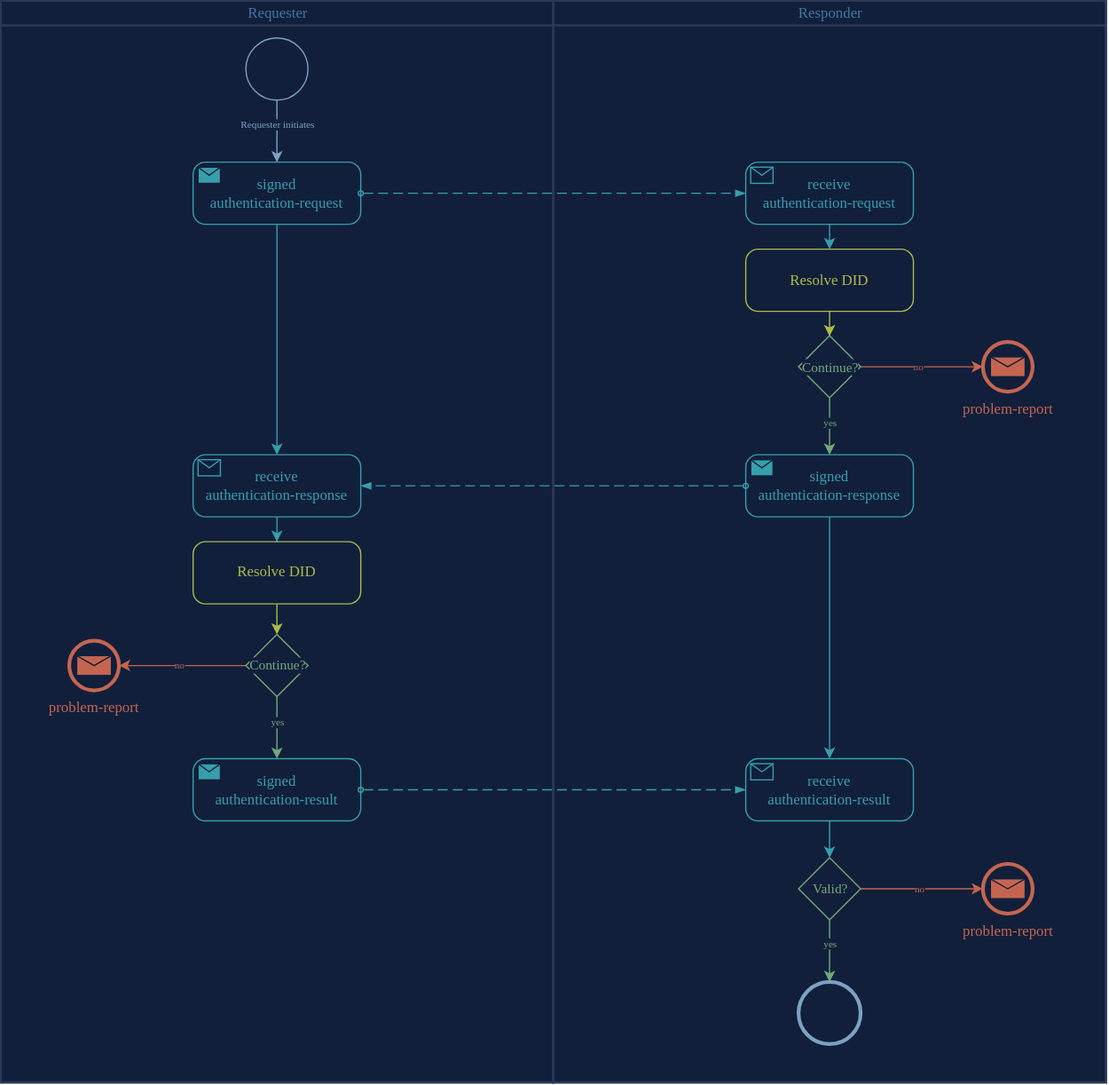
Earlier version of the draw.io export documentation/static/img/didcomm/authentication.drawio.svg (JSto91/identity.rs). Source tidied: cells renumbered, new cells last; positions are measured from the earlier drawing's top-left corner, leaving out a move shared by most shapes.
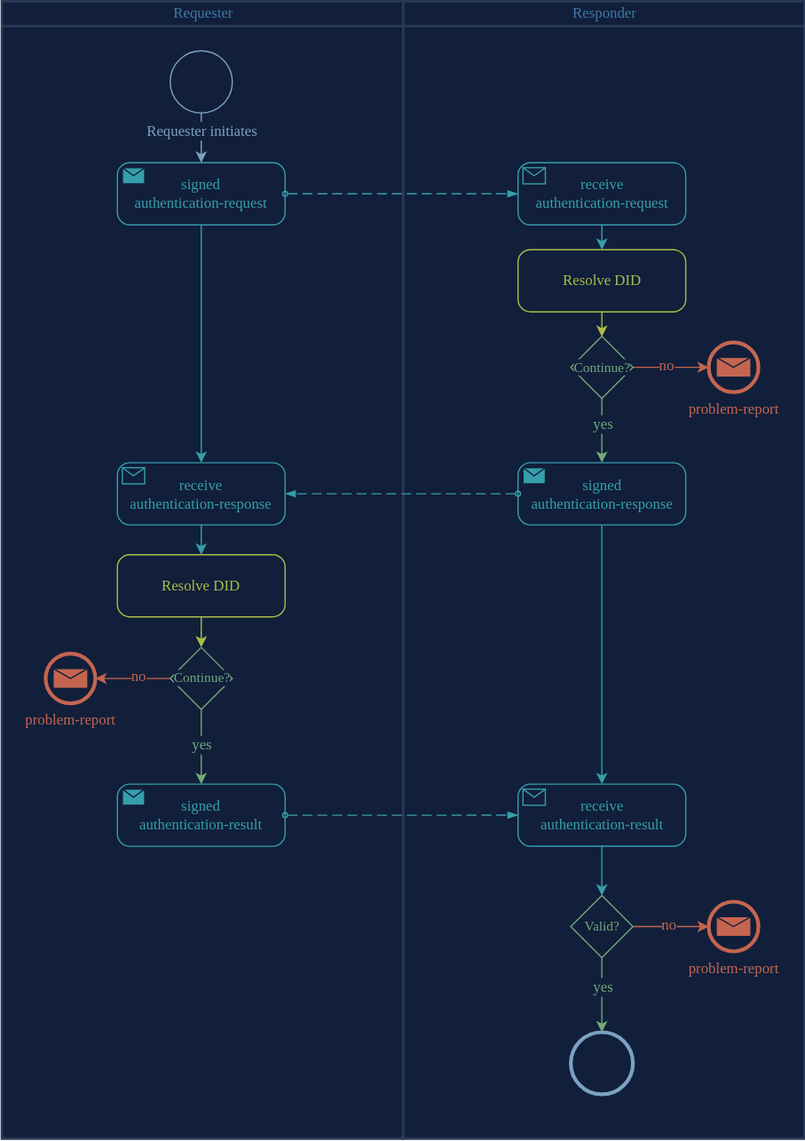
Above is the later version.

What changed in the source:
```diff
@@ -3,157 +3,157 @@
     <mxCell id="0" />
     <mxCell id="1" parent="0" />
     <mxCell id="2" value="Responder" style="swimlane;html=1;startSize=20;fontStyle=0;horizontal=1;swimlaneLine=1;strokeWidth=2;swimlaneFillColor=#111F3B;fillColor=#111F3B;strokeColor=#293856;fontColor=#4079A1;fontFamily=Tahoma;" parent="1" vertex="1">
-      <mxGeometry x="445" width="445" height="870.4" as="geometry" />
+      <mxGeometry x="400" y="20.4" width="323" height="915.2" as="geometry" />
     </mxCell>
     <mxCell id="3" style="edgeStyle=orthogonalEdgeStyle;rounded=0;jettySize=auto;html=1;strokeColor=#369FAB;" parent="2" edge="1" source="4">
       <mxGeometry relative="1" as="geometry">
-        <mxPoint x="222.5" y="200" as="targetPoint" />
+        <mxPoint x="160" y="200" as="targetPoint" />
         <Array as="points">
-          <mxPoint x="222.5" y="180" />
-          <mxPoint x="222.5" y="180" />
+          <mxPoint x="160" y="180" />
+          <mxPoint x="160" y="180" />
         </Array>
       </mxGeometry>
     </mxCell>
     <mxCell id="4" value="receive &#10;authentication-request" style="points=[[0.25,0,0],[0.5,0,0],[0.75,0,0],[1,0.25,0],[1,0.5,0],[1,0.75,0],[0.75,1,0],[0.5,1,0],[0.25,1,0],[0,0.75,0],[0,0.5,0],[0,0.25,0]];shape=mxgraph.bpmn.task;whiteSpace=wrap;rectStyle=rounded;size=10;taskMarker=receive;strokeColor=#369FAB;fillColor=#111F3B;fontColor=#369FAB;fontFamily=Tahoma;" parent="2" vertex="1">
-      <mxGeometry x="155" y="130" width="135" height="50" as="geometry" />
+      <mxGeometry x="92.5" y="130" width="135" height="50" as="geometry" />
     </mxCell>
     <mxCell id="5" style="edgeStyle=orthogonalEdgeStyle;rounded=0;jettySize=auto;html=1;strokeColor=#369FAB;entryX=0.5;entryY=0;entryDx=0;entryDy=0;entryPerimeter=0;" parent="2" edge="1" source="6" target="10">
       <mxGeometry relative="1" as="geometry" />
     </mxCell>
     <mxCell id="6" value="signed&#10;authentication-response" style="points=[[0.25,0,0],[0.5,0,0],[0.75,0,0],[1,0.25,0],[1,0.5,0],[1,0.75,0],[0.75,1,0],[0.5,1,0],[0.25,1,0],[0,0.75,0],[0,0.5,0],[0,0.25,0]];shape=mxgraph.bpmn.task;whiteSpace=wrap;rectStyle=rounded;size=10;taskMarker=send;strokeColor=#369FAB;fillColor=#111F3B;fontColor=#369FAB;fontFamily=Tahoma;" parent="2" vertex="1">
-      <mxGeometry x="155" y="365.4" width="135" height="50" as="geometry" />
+      <mxGeometry x="92.5" y="371.4" width="135" height="50" as="geometry" />
     </mxCell>
     <mxCell id="7" style="edgeStyle=orthogonalEdgeStyle;rounded=0;jettySize=auto;html=1;entryX=0;entryY=0.5;entryDx=0;entryDy=0;entryPerimeter=0;exitX=1;exitY=0.5;exitDx=0;exitDy=0;exitPerimeter=0;fontColor=#C56550;strokeColor=#C56550;" parent="2" edge="1" source="14" target="11">
       <mxGeometry relative="1" as="geometry">
         <Array as="points">
-          <mxPoint x="248" y="295" />
-          <mxPoint x="248" y="295" />
+          <mxPoint x="178" y="294.6" />
+          <mxPoint x="178" y="294.6" />
         </Array>
       </mxGeometry>
     </mxCell>
-    <mxCell id="8" value="no" style="edgeLabel;html=1;align=center;verticalAlign=middle;fontSize=8;labelBackgroundColor=#111F3B;fontColor=#C56550;fontFamily=Tahoma;" parent="7" vertex="1">
+    <mxCell id="8" value="no" style="edgeLabel;html=1;align=center;verticalAlign=middle;fontSize=12;labelBackgroundColor=#111F3B;fontColor=#C56550;fontFamily=Tahoma;" parent="7" vertex="1">
       <mxGeometry x="-0.75" relative="1" as="geometry">
-        <mxPoint x="34" as="offset" />
+        <mxPoint x="30" y="-2" as="offset" />
       </mxGeometry>
     </mxCell>
     <mxCell id="9" style="edgeStyle=orthogonalEdgeStyle;rounded=0;jettySize=auto;html=1;entryX=0.5;entryY=0;entryDx=0;entryDy=0;entryPerimeter=0;fontSize=8;strokeColor=#369FAB;" parent="2" edge="1" source="10" target="22">
       <mxGeometry relative="1" as="geometry" />
     </mxCell>
     <mxCell id="10" value="receive &#10;authentication-result" style="points=[[0.25,0,0],[0.5,0,0],[0.75,0,0],[1,0.25,0],[1,0.5,0],[1,0.75,0],[0.75,1,0],[0.5,1,0],[0.25,1,0],[0,0.75,0],[0,0.5,0],[0,0.25,0]];shape=mxgraph.bpmn.task;whiteSpace=wrap;rectStyle=rounded;size=10;taskMarker=receive;strokeColor=#369FAB;fillColor=#111F3B;fontColor=#369FAB;fontFamily=Tahoma;" parent="2" vertex="1">
-      <mxGeometry x="155" y="610" width="135" height="50" as="geometry" />
+      <mxGeometry x="92.5" y="630" width="135" height="50" as="geometry" />
     </mxCell>
     <mxCell id="11" value="problem-report" style="points=[[0.145,0.145,0],[0.5,0,0],[0.855,0.145,0],[1,0.5,0],[0.855,0.855,0],[0.5,1,0],[0.145,0.855,0],[0,0.5,0]];shape=mxgraph.bpmn.event;html=1;verticalLabelPosition=bottom;labelBackgroundColor=#111F3B;verticalAlign=top;align=center;perimeter=ellipsePerimeter;outlineConnect=0;outline=end;symbol=message;fillColor=#111F3B;strokeColor=#C56550;fontColor=#C56550;fontFamily=Tahoma;" parent="2" vertex="1">
-      <mxGeometry x="346" y="274.6" width="40" height="40" as="geometry" />
+      <mxGeometry x="246" y="274.6" width="40" height="40" as="geometry" />
     </mxCell>
     <mxCell id="12" style="edgeStyle=orthogonalEdgeStyle;rounded=0;jettySize=auto;html=1;strokeColor=#73A97B;entryX=0.5;entryY=0;entryDx=0;entryDy=0;entryPerimeter=0;" parent="2" edge="1" source="14" target="6">
       <mxGeometry relative="1" as="geometry" />
     </mxCell>
-    <mxCell id="13" value="yes" style="edgeLabel;html=1;align=center;verticalAlign=middle;fontSize=8;fontColor=#73A97B;labelBackgroundColor=#111F3B;fontFamily=Tahoma;" parent="12" vertex="1">
+    <mxCell id="13" value="yes" style="edgeLabel;html=1;align=center;verticalAlign=middle;fontSize=12;fontColor=#73A97B;labelBackgroundColor=#111F3B;fontFamily=Tahoma;" parent="12" vertex="1">
       <mxGeometry x="0.49" y="1" relative="1" as="geometry">
-        <mxPoint x="-1" y="-14" as="offset" />
+        <mxPoint x="-1" y="-19" as="offset" />
       </mxGeometry>
     </mxCell>
     <mxCell id="14" value="Continue?" style="points=[[0.25,0.25,0],[0.5,0,0],[0.75,0.25,0],[1,0.5,0],[0.75,0.75,0],[0.5,1,0],[0.25,0.75,0],[0,0.5,0]];shape=mxgraph.bpmn.gateway2;html=1;verticalLabelPosition=middle;labelBackgroundColor=#111F3B;verticalAlign=middle;align=center;perimeter=rhombusPerimeter;outlineConnect=0;outline=none;symbol=none;fillColor=#111F3B;horizontal=1;labelPosition=center;fontSize=11;strokeColor=#73A97B;fontColor=#73A97B;fontFamily=Tahoma;" parent="2" vertex="1">
-      <mxGeometry x="197.5" y="269.6" width="50" height="50" as="geometry" />
+      <mxGeometry x="135" y="269.6" width="50" height="50" as="geometry" />
     </mxCell>
     <mxCell id="15" style="edgeStyle=orthogonalEdgeStyle;rounded=0;jettySize=auto;html=1;strokeColor=#ACBC49;" parent="2" edge="1" source="16">
       <mxGeometry relative="1" as="geometry">
-        <mxPoint x="222.5" y="270" as="targetPoint" />
+        <mxPoint x="160" y="270" as="targetPoint" />
         <Array as="points">
-          <mxPoint x="222.5" y="265" />
-          <mxPoint x="222.5" y="265" />
+          <mxPoint x="160" y="265" />
+          <mxPoint x="160" y="265" />
         </Array>
       </mxGeometry>
     </mxCell>
     <mxCell id="16" value="Resolve DID" style="points=[[0.25,0,0],[0.5,0,0],[0.75,0,0],[1,0.25,0],[1,0.5,0],[1,0.75,0],[0.75,1,0],[0.5,1,0],[0.25,1,0],[0,0.75,0],[0,0.5,0],[0,0.25,0]];shape=mxgraph.bpmn.task;whiteSpace=wrap;rectStyle=rounded;size=10;taskMarker=abstract;fillColor=#111F3B;fontColor=#ACBC49;strokeColor=#ACBC49;fontFamily=Tahoma;" parent="2" vertex="1">
-      <mxGeometry x="155" y="200" width="135" height="50" as="geometry" />
+      <mxGeometry x="92.5" y="200" width="135" height="50" as="geometry" />
     </mxCell>
     <mxCell id="17" style="points=[[0.145,0.145,0],[0.5,0,0],[0.855,0.145,0],[1,0.5,0],[0.855,0.855,0],[0.5,1,0],[0.145,0.855,0],[0,0.5,0]];shape=mxgraph.bpmn.event;html=1;verticalLabelPosition=bottom;labelBackgroundColor=#ffffff;verticalAlign=top;align=center;perimeter=ellipsePerimeter;outlineConnect=0;outline=end;symbol=terminate2;strokeColor=#7CA2C1;fillColor=#111F3B;" parent="2" vertex="1">
-      <mxGeometry x="197.5" y="789.6" width="50" height="50" as="geometry" />
+      <mxGeometry x="135" y="829.6" width="50" height="50" as="geometry" />
     </mxCell>
     <mxCell id="18" style="edgeStyle=orthogonalEdgeStyle;rounded=0;jettySize=auto;html=1;fontSize=8;strokeColor=#73A97B;entryX=0.5;entryY=0;entryDx=0;entryDy=0;entryPerimeter=0;" parent="2" edge="1" source="22" target="17">
       <mxGeometry relative="1" as="geometry" />
     </mxCell>
-    <mxCell id="19" value="yes" style="edgeLabel;html=1;align=center;verticalAlign=middle;fontSize=8;fontColor=#73A97B;labelBackgroundColor=#111F3B;fontFamily=Tahoma;" parent="18" vertex="1">
+    <mxCell id="19" value="yes" style="edgeLabel;html=1;align=center;verticalAlign=middle;fontSize=12;fontColor=#73A97B;labelBackgroundColor=#111F3B;fontFamily=Tahoma;" parent="18" vertex="1">
       <mxGeometry x="0.51" relative="1" as="geometry">
-        <mxPoint y="-19" as="offset" />
+        <mxPoint y="-22" as="offset" />
       </mxGeometry>
     </mxCell>
     <mxCell id="20" style="edgeStyle=orthogonalEdgeStyle;rounded=0;jettySize=auto;html=1;fontSize=8;fontColor=#C56550;strokeColor=#C56550;" parent="2" edge="1" source="22" target="23">
       <mxGeometry relative="1" as="geometry" />
     </mxCell>
-    <mxCell id="21" value="no" style="edgeLabel;html=1;align=center;verticalAlign=middle;fontSize=8;labelBackgroundColor=#111F3B;fontColor=#C56550;fontFamily=Tahoma;" parent="20" vertex="1">
+    <mxCell id="21" value="no" style="edgeLabel;html=1;align=center;verticalAlign=middle;fontSize=12;labelBackgroundColor=#111F3B;fontColor=#C56550;fontFamily=Tahoma;" parent="20" vertex="1">
       <mxGeometry x="-0.75" y="-1" relative="1" as="geometry">
-        <mxPoint x="35" y="-1" as="offset" />
+        <mxPoint x="20" y="-3" as="offset" />
       </mxGeometry>
     </mxCell>
-    <mxCell id="22" value="Valid?" style="points=[[0.25,0.25,0],[0.5,0,0],[0.75,0.25,0],[1,0.5,0],[0.75,0.75,0],[0.5,1,0],[0.25,0.75,0],[0,0.5,0]];shape=mxgraph.bpmn.gateway2;html=1;verticalLabelPosition=middle;labelBackgroundColor=#111F3B;verticalAlign=middle;align=center;perimeter=rhombusPerimeter;outlineConnect=0;outline=none;symbol=none;fillColor=#111F3B;horizontal=1;labelPosition=center;fontSize=11;strokeColor=#73A97B;fontColor=#73A97B;fontFamily=Tahoma;" parent="2" vertex="1">
-      <mxGeometry x="197.5" y="689.6" width="50" height="50" as="geometry" />
+    <mxCell id="22" value="&lt;font&gt;Valid?&lt;/font&gt;" style="points=[[0.25,0.25,0],[0.5,0,0],[0.75,0.25,0],[1,0.5,0],[0.75,0.75,0],[0.5,1,0],[0.25,0.75,0],[0,0.5,0]];shape=mxgraph.bpmn.gateway2;html=1;verticalLabelPosition=middle;labelBackgroundColor=#111F3B;verticalAlign=middle;align=center;perimeter=rhombusPerimeter;outlineConnect=0;outline=none;symbol=none;fillColor=#111F3B;horizontal=1;labelPosition=center;fontSize=11;strokeColor=#73A97B;fontColor=#73A97B;fontFamily=Tahoma;" parent="2" vertex="1">
+      <mxGeometry x="135" y="719.6" width="50" height="50" as="geometry" />
     </mxCell>
-    <mxCell id="23" value="problem-report" style="points=[[0.145,0.145,0],[0.5,0,0],[0.855,0.145,0],[1,0.5,0],[0.855,0.855,0],[0.5,1,0],[0.145,0.855,0],[0,0.5,0]];shape=mxgraph.bpmn.event;html=1;verticalLabelPosition=bottom;labelBackgroundColor=#111F3B;verticalAlign=top;align=center;perimeter=ellipsePerimeter;outlineConnect=0;outline=end;symbol=message;fillColor=#111F3B;strokeColor=#C56550;fontColor=#C56550;fontFamily=Tahoma;" parent="2" vertex="1">
-      <mxGeometry x="346" y="694.6" width="40" height="40" as="geometry" />
+    <mxCell id="23" value="&lt;font&gt;problem-report&lt;/font&gt;" style="points=[[0.145,0.145,0],[0.5,0,0],[0.855,0.145,0],[1,0.5,0],[0.855,0.855,0],[0.5,1,0],[0.145,0.855,0],[0,0.5,0]];shape=mxgraph.bpmn.event;html=1;verticalLabelPosition=bottom;labelBackgroundColor=#111F3B;verticalAlign=top;align=center;perimeter=ellipsePerimeter;outlineConnect=0;outline=end;symbol=message;fillColor=#111F3B;strokeColor=#C56550;fontColor=#C56550;fontFamily=Tahoma;" parent="2" vertex="1">
+      <mxGeometry x="246" y="724.6" width="40" height="40" as="geometry" />
     </mxCell>
-    <mxCell id="24" value="Requester" style="swimlane;html=1;startSize=20;fontStyle=0;horizontal=1;swimlaneLine=1;strokeWidth=2;swimlaneFillColor=#111F3B;fillColor=#111F3B;strokeColor=#293856;fontColor=#4079A1;swimlaneBody=1;fontFamily=Tahoma;" parent="1" vertex="1">
-      <mxGeometry width="445" height="870.4" as="geometry" />
+    <mxCell id="24" value="Requester" style="swimlane;html=1;startSize=20;fontStyle=0;horizontal=1;swimlaneLine=1;strokeWidth=2;swimlaneFillColor=#111F3B;fillColor=#111F3B;strokeColor=#293856;fontColor=#4079A1;fontFamily=Tahoma;" parent="1" vertex="1">
+      <mxGeometry x="77" y="20.4" width="323" height="915.2" as="geometry" />
     </mxCell>
     <mxCell id="25" style="edgeStyle=orthogonalEdgeStyle;rounded=0;jettySize=auto;html=1;strokeColor=#369FAB;entryX=0.5;entryY=0;entryDx=0;entryDy=0;entryPerimeter=0;" parent="24" edge="1" source="26" target="31">
       <mxGeometry relative="1" as="geometry" />
     </mxCell>
     <mxCell id="26" value="signed&#10;authentication-request" style="points=[[0.25,0,0],[0.5,0,0],[0.75,0,0],[1,0.25,0],[1,0.5,0],[1,0.75,0],[0.75,1,0],[0.5,1,0],[0.25,1,0],[0,0.75,0],[0,0.5,0],[0,0.25,0]];shape=mxgraph.bpmn.task;whiteSpace=wrap;rectStyle=rounded;size=10;taskMarker=send;strokeColor=#369FAB;fillColor=#111F3B;fontColor=#369FAB;fontFamily=Tahoma;" parent="24" vertex="1">
-      <mxGeometry x="155" y="130" width="135" height="50" as="geometry" />
+      <mxGeometry x="93" y="130" width="135" height="50" as="geometry" />
     </mxCell>
     <mxCell id="27" style="edgeStyle=orthogonalEdgeStyle;rounded=0;jettySize=auto;html=1;strokeColor=#7CA2C1;entryX=0.5;entryY=0;entryDx=0;entryDy=0;entryPerimeter=0;" parent="24" edge="1" source="29" target="26">
       <mxGeometry relative="1" as="geometry" />
     </mxCell>
-    <mxCell id="28" value="Requester initiates" style="edgeLabel;html=1;align=center;verticalAlign=middle;fontSize=8;labelBackgroundColor=#111F3B;fontColor=#7CA2C1;fontFamily=Tahoma;" parent="27" vertex="1">
+    <mxCell id="28" value="Requester initiates" style="edgeLabel;html=1;align=center;verticalAlign=middle;fontSize=12;labelBackgroundColor=#111F3B;fontColor=#7CA2C1;fontFamily=Tahoma;" parent="27" vertex="1">
       <mxGeometry x="0.1" relative="1" as="geometry">
         <mxPoint y="-8" as="offset" />
       </mxGeometry>
     </mxCell>
     <mxCell id="29" style="points=[[0.145,0.145,0],[0.5,0,0],[0.855,0.145,0],[1,0.5,0],[0.855,0.855,0],[0.5,1,0],[0.145,0.855,0],[0,0.5,0]];shape=mxgraph.bpmn.event;html=1;verticalLabelPosition=bottom;labelBackgroundColor=#ffffff;verticalAlign=top;align=center;perimeter=ellipsePerimeter;outlineConnect=0;outline=standard;symbol=general;fillColor=#111F3B;strokeColor=#7CA2C1;" parent="24" vertex="1">
-      <mxGeometry x="197.5" y="30" width="50" height="50" as="geometry" />
+      <mxGeometry x="135.5" y="40" width="50" height="50" as="geometry" />
     </mxCell>
     <mxCell id="30" style="edgeStyle=orthogonalEdgeStyle;rounded=0;jettySize=auto;html=1;fontSize=8;entryX=0.5;entryY=0;entryDx=0;entryDy=0;entryPerimeter=0;strokeColor=#369FAB;" parent="24" edge="1" source="31" target="40">
       <mxGeometry relative="1" as="geometry" />
     </mxCell>
     <mxCell id="31" value="receive &#10;authentication-response" style="points=[[0.25,0,0],[0.5,0,0],[0.75,0,0],[1,0.25,0],[1,0.5,0],[1,0.75,0],[0.75,1,0],[0.5,1,0],[0.25,1,0],[0,0.75,0],[0,0.5,0],[0,0.25,0]];shape=mxgraph.bpmn.task;whiteSpace=wrap;rectStyle=rounded;size=10;taskMarker=receive;strokeColor=#369FAB;fillColor=#111F3B;fontColor=#369FAB;fontFamily=Tahoma;" parent="24" vertex="1">
-      <mxGeometry x="155" y="365.4" width="135" height="50" as="geometry" />
+      <mxGeometry x="93" y="371.4" width="135" height="50" as="geometry" />
     </mxCell>
     <mxCell id="32" style="edgeStyle=orthogonalEdgeStyle;rounded=0;jettySize=auto;html=1;exitX=0.5;exitY=1;exitDx=0;exitDy=0;exitPerimeter=0;strokeColor=#73A97B;" parent="24" edge="1" source="38" target="34">
       <mxGeometry relative="1" as="geometry" />
     </mxCell>
-    <mxCell id="33" value="yes" style="edgeLabel;html=1;align=center;verticalAlign=middle;fontSize=8;fontColor=#73A97B;labelBackgroundColor=#111F3B;fontFamily=Tahoma;" parent="32" vertex="1">
+    <mxCell id="33" value="yes" style="edgeLabel;html=1;align=center;verticalAlign=middle;fontSize=12;fontColor=#73A97B;labelBackgroundColor=#111F3B;fontFamily=Tahoma;" parent="32" vertex="1">
       <mxGeometry x="0.51" relative="1" as="geometry">
         <mxPoint y="-17" as="offset" />
       </mxGeometry>
     </mxCell>
     <mxCell id="34" value="signed&#10;authentication-result" style="points=[[0.25,0,0],[0.5,0,0],[0.75,0,0],[1,0.25,0],[1,0.5,0],[1,0.75,0],[0.75,1,0],[0.5,1,0],[0.25,1,0],[0,0.75,0],[0,0.5,0],[0,0.25,0]];shape=mxgraph.bpmn.task;whiteSpace=wrap;rectStyle=rounded;size=10;taskMarker=send;strokeColor=#369FAB;fillColor=#111F3B;fontColor=#369FAB;fontFamily=Tahoma;" parent="24" vertex="1">
-      <mxGeometry x="155" y="610" width="135" height="50" as="geometry" />
+      <mxGeometry x="93" y="630" width="135" height="50" as="geometry" />
     </mxCell>
-    <mxCell id="35" value="problem-report" style="points=[[0.145,0.145,0],[0.5,0,0],[0.855,0.145,0],[1,0.5,0],[0.855,0.855,0],[0.5,1,0],[0.145,0.855,0],[0,0.5,0]];shape=mxgraph.bpmn.event;html=1;verticalLabelPosition=bottom;labelBackgroundColor=#111F3B;verticalAlign=top;align=center;perimeter=ellipsePerimeter;outlineConnect=0;outline=end;symbol=message;fillColor=#111F3B;strokeColor=#C56550;fontColor=#C56550;fontFamily=Tahoma;" parent="24" vertex="1">
-      <mxGeometry x="55.2" y="515" width="40" height="40" as="geometry" />
+    <mxCell id="35" value="&lt;font&gt;problem-report&lt;/font&gt;" style="points=[[0.145,0.145,0],[0.5,0,0],[0.855,0.145,0],[1,0.5,0],[0.855,0.855,0],[0.5,1,0],[0.145,0.855,0],[0,0.5,0]];shape=mxgraph.bpmn.event;html=1;verticalLabelPosition=bottom;labelBackgroundColor=#111F3B;verticalAlign=top;align=center;perimeter=ellipsePerimeter;outlineConnect=0;outline=end;symbol=message;fillColor=#111F3B;strokeColor=#C56550;fontColor=#C56550;fontFamily=Tahoma;" parent="24" vertex="1">
+      <mxGeometry x="35.2" y="525" width="40" height="40" as="geometry" />
     </mxCell>
     <mxCell id="36" style="edgeStyle=orthogonalEdgeStyle;rounded=0;jettySize=auto;html=1;entryX=1;entryY=0.5;entryDx=0;entryDy=0;entryPerimeter=0;exitX=0;exitY=0.5;exitDx=0;exitDy=0;exitPerimeter=0;fontColor=#C56550;strokeColor=#C56550;" parent="24" edge="1" source="38" target="35">
       <mxGeometry relative="1" as="geometry">
         <Array as="points">
-          <mxPoint x="113" y="535" />
-          <mxPoint x="113" y="535" />
+          <mxPoint x="113" y="545" />
+          <mxPoint x="113" y="545" />
         </Array>
       </mxGeometry>
     </mxCell>
-    <mxCell id="37" value="no" style="edgeLabel;html=1;align=center;verticalAlign=middle;fontSize=8;labelBackgroundColor=#111F3B;fontColor=#C56550;fontFamily=Tahoma;" parent="36" vertex="1">
+    <mxCell id="37" value="no" style="edgeLabel;html=1;align=center;verticalAlign=middle;fontSize=12;labelBackgroundColor=#111F3B;fontColor=#C56550;fontFamily=Tahoma;" parent="36" vertex="1">
       <mxGeometry x="0.22" y="1" relative="1" as="geometry">
-        <mxPoint x="9" y="-1" as="offset" />
+        <mxPoint x="11" y="-3" as="offset" />
       </mxGeometry>
     </mxCell>
     <mxCell id="38" value="Continue?" style="points=[[0.25,0.25,0],[0.5,0,0],[0.75,0.25,0],[1,0.5,0],[0.75,0.75,0],[0.5,1,0],[0.25,0.75,0],[0,0.5,0]];shape=mxgraph.bpmn.gateway2;html=1;verticalLabelPosition=middle;labelBackgroundColor=#111F3B;verticalAlign=middle;align=center;perimeter=rhombusPerimeter;outlineConnect=0;outline=none;symbol=none;fillColor=#111F3B;horizontal=1;labelPosition=center;fontSize=11;strokeColor=#73A97B;fontColor=#73A97B;fontFamily=Tahoma;" parent="24" vertex="1">
-      <mxGeometry x="197.5" y="510" width="50" height="50" as="geometry" />
+      <mxGeometry x="135.5" y="520" width="50" height="50" as="geometry" />
     </mxCell>
     <mxCell id="39" style="edgeStyle=orthogonalEdgeStyle;rounded=0;jettySize=auto;html=1;entryX=0.5;entryY=0;entryDx=0;entryDy=0;entryPerimeter=0;fontSize=8;strokeColor=#ACBC49;" parent="24" edge="1" source="40" target="38">
       <mxGeometry relative="1" as="geometry" />
     </mxCell>
     <mxCell id="40" value="Resolve DID" style="points=[[0.25,0,0],[0.5,0,0],[0.75,0,0],[1,0.25,0],[1,0.5,0],[1,0.75,0],[0.75,1,0],[0.5,1,0],[0.25,1,0],[0,0.75,0],[0,0.5,0],[0,0.25,0]];shape=mxgraph.bpmn.task;whiteSpace=wrap;rectStyle=rounded;size=10;taskMarker=abstract;fillColor=#111F3B;fontColor=#ACBC49;strokeColor=#ACBC49;fontFamily=Tahoma;" parent="24" vertex="1">
-      <mxGeometry x="155" y="435.4" width="135" height="50" as="geometry" />
+      <mxGeometry x="93" y="445.4" width="135" height="50" as="geometry" />
     </mxCell>
     <mxCell id="41" style="dashed=1;dashPattern=8 4;endArrow=blockThin;endFill=1;startArrow=oval;startFill=0;endSize=6;startSize=4;entryX=0;entryY=0.5;entryDx=0;entryDy=0;entryPerimeter=0;exitX=1;exitY=0.5;exitDx=0;exitDy=0;exitPerimeter=0;strokeColor=#369FAB;" parent="1" edge="1" source="26" target="4">
       <mxGeometry relative="1" as="geometry" />
```
